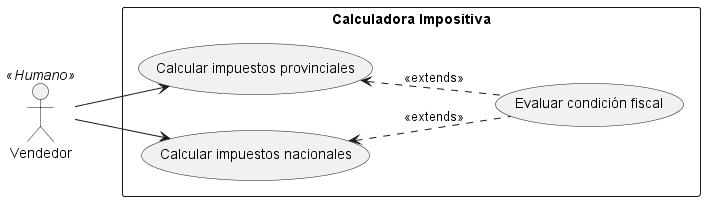
The PlantUML diagram diagramas/casos-de-uso.png in bohledevs/calculadora-impositiva, before a commit.
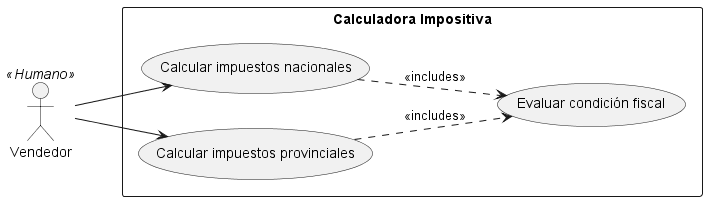
After the commit.

Commit message:
docs: fix diagrama caso de uso

The edit, as a diff of the source:
```diff
@@ -5,8 +5,8 @@
   usecase "Calcular impuestos nacionales" as UC1
   usecase "Calcular impuestos provinciales" as UC2
   usecase "Evaluar condición fiscal" as UC3
-  UC3 .up.> UC1 : <<extends>>
-  UC3 .up.> UC2 : <<extends>>
+  UC3 <.up. UC2 : <<includes>>
+  UC3 <.up. UC1 : <<includes>>
 }
 vd -down-> UC1
 vd -down-> UC2
```
